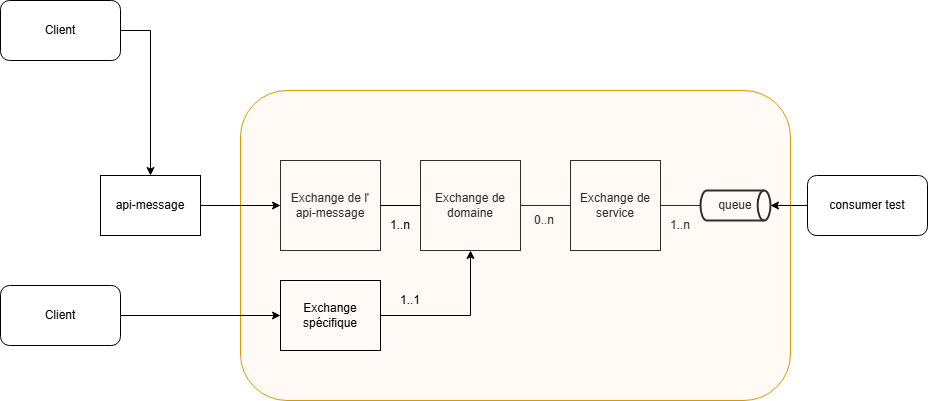
sarraz1/csau keeps this draw.io diagram as drawio/diagramme AR2.drawio.png. Above is the earlier version. Source tidied: cells renumbered, new cells last; positions are measured from the earlier drawing's top-left corner, leaving out a move shared by most shapes.
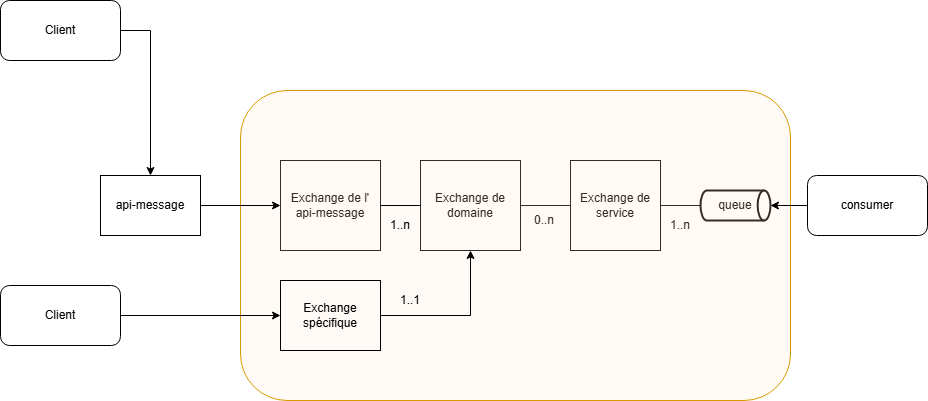
The same file after the commit.

Commit message:
Mettre à jour diagramme AR2.drawio3.png

Change to the diagram source:
```diff
@@ -65,7 +65,7 @@
     <mxCell id="22" value="1..1" style="text;html=1;align=center;verticalAlign=middle;whiteSpace=wrap;rounded=0;" parent="1" vertex="1">
       <mxGeometry x="380" y="285" width="60" height="30" as="geometry" />
     </mxCell>
-    <mxCell id="23" value="consumer test" style="rounded=1;whiteSpace=wrap;html=1;" parent="1" vertex="1">
+    <mxCell id="23" value="consumer" style="rounded=1;whiteSpace=wrap;html=1;" parent="1" vertex="1">
       <mxGeometry x="807" y="175" width="120" height="60" as="geometry" />
     </mxCell>
     <mxCell id="24" style="edgeStyle=orthogonalEdgeStyle;rounded=0;jettySize=auto;html=1;entryX=1;entryY=0.5;entryDx=0;entryDy=0;entryPerimeter=0;" parent="1" edge="1" source="23" target="7">
```
